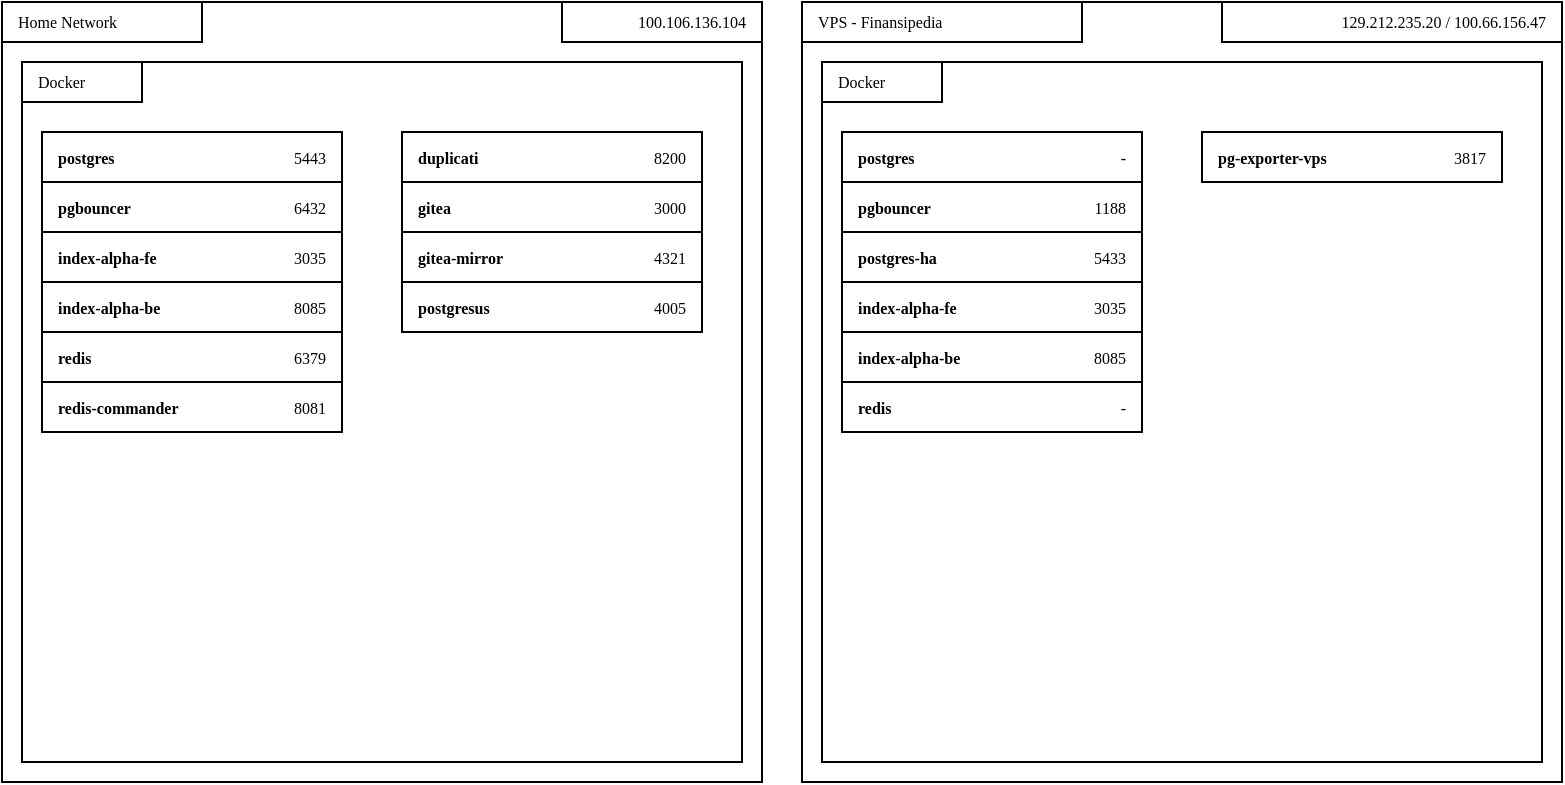
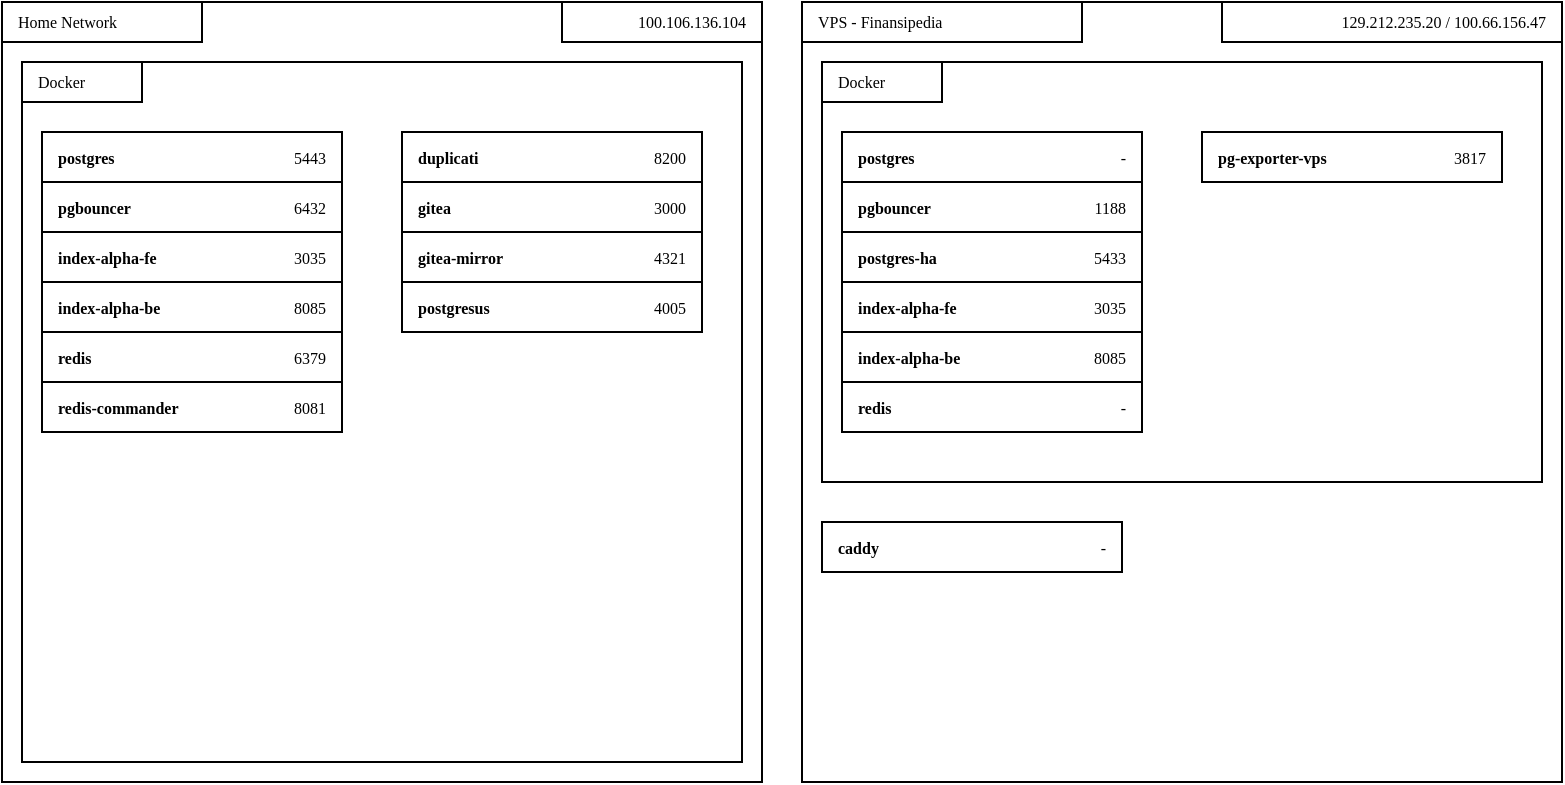
<mxfile host="app.diagrams.net">
  <diagram name="Page-1" id="EqAcxWxWpPEczBTcAObV">
    <mxGraphModel dx="947" dy="502" grid="1" gridSize="10" guides="1" tooltips="1" connect="1" arrows="1" fold="1" page="1" pageScale="1" pageWidth="850" pageHeight="1100" math="0" shadow="0">
      <root>
        <mxCell id="0" />
        <mxCell id="1" parent="0" />
        <mxCell id="tyjjsNKJ7kBHK_1WbMmb-1" parent="1" style="rounded=0;whiteSpace=wrap;html=1;" value="" vertex="1">
          <mxGeometry height="390" width="380" x="50" y="60" as="geometry" />
        </mxCell>
        <mxCell id="tyjjsNKJ7kBHK_1WbMmb-18" parent="1" style="rounded=0;whiteSpace=wrap;html=1;" value="" vertex="1">
          <mxGeometry height="350" width="360" x="60" y="90" as="geometry" />
        </mxCell>
        <mxCell id="tyjjsNKJ7kBHK_1WbMmb-3" parent="1" style="rounded=0;whiteSpace=wrap;html=1;" value="" vertex="1">
          <mxGeometry height="20" width="100" x="50" y="60" as="geometry" />
        </mxCell>
        <mxCell id="tyjjsNKJ7kBHK_1WbMmb-2" parent="1" style="text;html=1;whiteSpace=wrap;strokeColor=none;fillColor=none;align=left;verticalAlign=middle;rounded=0;spacingLeft=6;fontFamily=Verdana;fontSize=8;" value="Home Network" vertex="1">
          <mxGeometry height="20" width="100" x="50" y="60" as="geometry" />
        </mxCell>
        <mxCell id="tyjjsNKJ7kBHK_1WbMmb-19" parent="1" style="rounded=0;whiteSpace=wrap;html=1;fontFamily=Verdana;fontSize=9;" value="" vertex="1">
          <mxGeometry height="20" width="60" x="60" y="90" as="geometry" />
        </mxCell>
        <mxCell id="tyjjsNKJ7kBHK_1WbMmb-20" parent="1" style="text;html=1;whiteSpace=wrap;strokeColor=none;fillColor=none;align=left;verticalAlign=middle;rounded=0;spacingLeft=6;fontFamily=Verdana;fontSize=8;" value="Docker" vertex="1">
          <mxGeometry height="20" width="50" x="60" y="90" as="geometry" />
        </mxCell>
        <mxCell id="tyjjsNKJ7kBHK_1WbMmb-28" parent="1" style="rounded=0;whiteSpace=wrap;html=1;align=right;" value="" vertex="1">
          <mxGeometry height="20" width="100" x="330" y="60" as="geometry" />
        </mxCell>
        <mxCell id="tyjjsNKJ7kBHK_1WbMmb-29" parent="1" style="text;html=1;whiteSpace=wrap;strokeColor=none;fillColor=none;align=right;verticalAlign=middle;rounded=0;spacingLeft=6;spacingRight=6;fontFamily=Verdana;fontSize=8;" value="&lt;span style=&quot;text-align: center;&quot;&gt;100.106.136.104&lt;/span&gt;" vertex="1">
          <mxGeometry height="20" width="100" x="330" y="60" as="geometry" />
        </mxCell>
        <mxCell id="tyjjsNKJ7kBHK_1WbMmb-48" connectable="0" parent="1" style="group;fontFamily=Verdana;fontSize=8;" value="" vertex="1">
          <mxGeometry height="25" width="150" x="70" y="250" as="geometry" />
        </mxCell>
        <mxCell id="tyjjsNKJ7kBHK_1WbMmb-44" parent="tyjjsNKJ7kBHK_1WbMmb-48" style="rounded=0;whiteSpace=wrap;html=1;fontFamily=Verdana;fontSize=8;" value="" vertex="1">
          <mxGeometry height="25" width="150" as="geometry" />
        </mxCell>
        <mxCell id="tyjjsNKJ7kBHK_1WbMmb-45" parent="tyjjsNKJ7kBHK_1WbMmb-48" style="text;html=1;whiteSpace=wrap;strokeColor=none;fillColor=none;align=left;verticalAlign=middle;rounded=0;fontStyle=1;spacingRight=6;spacingLeft=6;fontFamily=Verdana;fontSize=8;" value="&lt;font&gt;redis-commander&lt;/font&gt;" vertex="1">
          <mxGeometry height="20" width="100" y="2.5" as="geometry" />
        </mxCell>
        <mxCell id="tyjjsNKJ7kBHK_1WbMmb-46" parent="tyjjsNKJ7kBHK_1WbMmb-48" style="text;html=1;whiteSpace=wrap;strokeColor=none;fillColor=none;align=right;verticalAlign=middle;rounded=0;spacingRight=6;spacingLeft=6;fontFamily=Verdana;fontSize=8;" value="&lt;font&gt;8081&lt;/font&gt;" vertex="1">
          <mxGeometry height="20" width="40" x="110" y="2.5" as="geometry" />
        </mxCell>
        <mxCell id="tyjjsNKJ7kBHK_1WbMmb-49" connectable="0" parent="1" style="group;fontFamily=Verdana;fontSize=8;" value="" vertex="1">
          <mxGeometry height="25" width="150" x="70" y="225" as="geometry" />
        </mxCell>
        <mxCell id="tyjjsNKJ7kBHK_1WbMmb-41" parent="tyjjsNKJ7kBHK_1WbMmb-49" style="rounded=0;whiteSpace=wrap;html=1;fontFamily=Verdana;fontSize=8;" value="" vertex="1">
          <mxGeometry height="25" width="150" as="geometry" />
        </mxCell>
        <mxCell id="tyjjsNKJ7kBHK_1WbMmb-42" parent="tyjjsNKJ7kBHK_1WbMmb-49" style="text;html=1;whiteSpace=wrap;strokeColor=none;fillColor=none;align=left;verticalAlign=middle;rounded=0;fontStyle=1;spacingRight=6;spacingLeft=6;fontFamily=Verdana;fontSize=8;" value="&lt;font&gt;redis&lt;/font&gt;" vertex="1">
          <mxGeometry height="20" width="100" y="2.5" as="geometry" />
        </mxCell>
        <mxCell id="tyjjsNKJ7kBHK_1WbMmb-43" parent="tyjjsNKJ7kBHK_1WbMmb-49" style="text;html=1;whiteSpace=wrap;strokeColor=none;fillColor=none;align=right;verticalAlign=middle;rounded=0;spacingRight=6;spacingLeft=6;fontFamily=Verdana;fontSize=8;" value="&lt;font&gt;6379&lt;/font&gt;" vertex="1">
          <mxGeometry height="20" width="40" x="110" y="2.5" as="geometry" />
        </mxCell>
        <mxCell id="tyjjsNKJ7kBHK_1WbMmb-50" connectable="0" parent="1" style="group;fontFamily=Verdana;fontSize=8;" value="" vertex="1">
          <mxGeometry height="25" width="150" x="70" y="200" as="geometry" />
        </mxCell>
        <mxCell id="tyjjsNKJ7kBHK_1WbMmb-38" parent="tyjjsNKJ7kBHK_1WbMmb-50" style="rounded=0;whiteSpace=wrap;html=1;fontFamily=Verdana;fontSize=8;" value="" vertex="1">
          <mxGeometry height="25" width="150" as="geometry" />
        </mxCell>
        <mxCell id="tyjjsNKJ7kBHK_1WbMmb-39" parent="tyjjsNKJ7kBHK_1WbMmb-50" style="text;html=1;whiteSpace=wrap;strokeColor=none;fillColor=none;align=left;verticalAlign=middle;rounded=0;fontStyle=1;spacingRight=6;spacingLeft=6;fontFamily=Verdana;fontSize=8;" value="&lt;font&gt;index-alpha-be&lt;/font&gt;" vertex="1">
          <mxGeometry height="20" width="100" y="2.5" as="geometry" />
        </mxCell>
        <mxCell id="tyjjsNKJ7kBHK_1WbMmb-40" parent="tyjjsNKJ7kBHK_1WbMmb-50" style="text;html=1;whiteSpace=wrap;strokeColor=none;fillColor=none;align=right;verticalAlign=middle;rounded=0;spacingRight=6;spacingLeft=6;fontFamily=Verdana;fontSize=8;" value="&lt;font&gt;8085&lt;/font&gt;" vertex="1">
          <mxGeometry height="20" width="40" x="110" y="2.5" as="geometry" />
        </mxCell>
        <mxCell id="tyjjsNKJ7kBHK_1WbMmb-51" connectable="0" parent="1" style="group;fontFamily=Verdana;fontSize=8;" value="" vertex="1">
          <mxGeometry height="25" width="150" x="70" y="175" as="geometry" />
        </mxCell>
        <mxCell id="tyjjsNKJ7kBHK_1WbMmb-35" parent="tyjjsNKJ7kBHK_1WbMmb-51" style="rounded=0;whiteSpace=wrap;html=1;fontFamily=Verdana;fontSize=8;" value="" vertex="1">
          <mxGeometry height="25" width="150" as="geometry" />
        </mxCell>
        <mxCell id="tyjjsNKJ7kBHK_1WbMmb-36" parent="tyjjsNKJ7kBHK_1WbMmb-51" style="text;html=1;whiteSpace=wrap;strokeColor=none;fillColor=none;align=left;verticalAlign=middle;rounded=0;fontStyle=1;spacingRight=6;spacingLeft=6;fontFamily=Verdana;fontSize=8;" value="&lt;font&gt;index-alpha-fe&lt;/font&gt;" vertex="1">
          <mxGeometry height="20" width="100" y="2.5" as="geometry" />
        </mxCell>
        <mxCell id="tyjjsNKJ7kBHK_1WbMmb-37" parent="tyjjsNKJ7kBHK_1WbMmb-51" style="text;html=1;whiteSpace=wrap;strokeColor=none;fillColor=none;align=right;verticalAlign=middle;rounded=0;spacingRight=6;spacingLeft=6;fontFamily=Verdana;fontSize=8;" value="&lt;font&gt;3035&lt;/font&gt;" vertex="1">
          <mxGeometry height="20" width="40" x="110" y="2.5" as="geometry" />
        </mxCell>
        <mxCell id="tyjjsNKJ7kBHK_1WbMmb-52" connectable="0" parent="1" style="group;fontFamily=Verdana;fontSize=8;" value="" vertex="1">
          <mxGeometry height="25" width="150" x="70" y="150" as="geometry" />
        </mxCell>
        <mxCell id="tyjjsNKJ7kBHK_1WbMmb-32" parent="tyjjsNKJ7kBHK_1WbMmb-52" style="rounded=0;whiteSpace=wrap;html=1;fontFamily=Verdana;fontSize=8;" value="" vertex="1">
          <mxGeometry height="25" width="150" as="geometry" />
        </mxCell>
        <mxCell id="tyjjsNKJ7kBHK_1WbMmb-33" parent="tyjjsNKJ7kBHK_1WbMmb-52" style="text;html=1;whiteSpace=wrap;strokeColor=none;fillColor=none;align=left;verticalAlign=middle;rounded=0;fontStyle=1;spacingRight=6;spacingLeft=6;fontFamily=Verdana;fontSize=8;" value="&lt;font&gt;pgbouncer&lt;/font&gt;" vertex="1">
          <mxGeometry height="20" width="100" y="2.5" as="geometry" />
        </mxCell>
        <mxCell id="tyjjsNKJ7kBHK_1WbMmb-34" parent="tyjjsNKJ7kBHK_1WbMmb-52" style="text;html=1;whiteSpace=wrap;strokeColor=none;fillColor=none;align=right;verticalAlign=middle;rounded=0;spacingRight=6;spacingLeft=6;fontFamily=Verdana;fontSize=8;" value="&lt;font&gt;6432&lt;/font&gt;" vertex="1">
          <mxGeometry height="20" width="40" x="110" y="2.5" as="geometry" />
        </mxCell>
        <mxCell id="tyjjsNKJ7kBHK_1WbMmb-53" connectable="0" parent="1" style="group;fontFamily=Verdana;fontSize=8;" value="" vertex="1">
          <mxGeometry height="25" width="150" x="70" y="125" as="geometry" />
        </mxCell>
        <mxCell id="tyjjsNKJ7kBHK_1WbMmb-5" parent="tyjjsNKJ7kBHK_1WbMmb-53" style="rounded=0;whiteSpace=wrap;html=1;fontFamily=Verdana;fontSize=8;" value="" vertex="1">
          <mxGeometry height="25" width="150" as="geometry" />
        </mxCell>
        <mxCell id="tyjjsNKJ7kBHK_1WbMmb-6" parent="tyjjsNKJ7kBHK_1WbMmb-53" style="text;html=1;whiteSpace=wrap;strokeColor=none;fillColor=none;align=left;verticalAlign=middle;rounded=0;fontStyle=1;spacingRight=6;spacingLeft=6;fontFamily=Verdana;fontSize=8;" value="&lt;font&gt;postgres&lt;/font&gt;" vertex="1">
          <mxGeometry height="20" width="100" y="2.5" as="geometry" />
        </mxCell>
        <mxCell id="tyjjsNKJ7kBHK_1WbMmb-7" parent="tyjjsNKJ7kBHK_1WbMmb-53" style="text;html=1;whiteSpace=wrap;strokeColor=none;fillColor=none;align=right;verticalAlign=middle;rounded=0;spacingRight=6;spacingLeft=6;fontFamily=Verdana;fontSize=8;" value="&lt;font&gt;5443&lt;/font&gt;" vertex="1">
          <mxGeometry height="20" width="40" x="110" y="2.5" as="geometry" />
        </mxCell>
        <mxCell id="tyjjsNKJ7kBHK_1WbMmb-54" connectable="0" parent="1" style="group;fontFamily=Verdana;fontSize=8;" value="" vertex="1">
          <mxGeometry height="25" width="150" x="250" y="125" as="geometry" />
        </mxCell>
        <mxCell id="tyjjsNKJ7kBHK_1WbMmb-55" parent="tyjjsNKJ7kBHK_1WbMmb-54" style="rounded=0;whiteSpace=wrap;html=1;fontFamily=Verdana;fontSize=8;" value="" vertex="1">
          <mxGeometry height="25" width="150" as="geometry" />
        </mxCell>
        <mxCell id="tyjjsNKJ7kBHK_1WbMmb-56" parent="tyjjsNKJ7kBHK_1WbMmb-54" style="text;html=1;whiteSpace=wrap;strokeColor=none;fillColor=none;align=left;verticalAlign=middle;rounded=0;fontStyle=1;spacingRight=6;spacingLeft=6;fontFamily=Verdana;fontSize=8;" value="&lt;font&gt;duplicati&lt;/font&gt;" vertex="1">
          <mxGeometry height="20" width="100" y="2.5" as="geometry" />
        </mxCell>
        <mxCell id="tyjjsNKJ7kBHK_1WbMmb-57" parent="tyjjsNKJ7kBHK_1WbMmb-54" style="text;html=1;whiteSpace=wrap;strokeColor=none;fillColor=none;align=right;verticalAlign=middle;rounded=0;spacingRight=6;spacingLeft=6;fontFamily=Verdana;fontSize=8;" value="&lt;font&gt;8200&lt;/font&gt;" vertex="1">
          <mxGeometry height="20" width="40" x="110" y="2.5" as="geometry" />
        </mxCell>
        <mxCell id="tyjjsNKJ7kBHK_1WbMmb-58" connectable="0" parent="1" style="group;fontFamily=Verdana;fontSize=8;" value="" vertex="1">
          <mxGeometry height="25" width="150" x="250" y="150" as="geometry" />
        </mxCell>
        <mxCell id="tyjjsNKJ7kBHK_1WbMmb-59" parent="tyjjsNKJ7kBHK_1WbMmb-58" style="rounded=0;whiteSpace=wrap;html=1;fontFamily=Verdana;fontSize=8;" value="" vertex="1">
          <mxGeometry height="25" width="150" as="geometry" />
        </mxCell>
        <mxCell id="tyjjsNKJ7kBHK_1WbMmb-60" parent="tyjjsNKJ7kBHK_1WbMmb-58" style="text;html=1;whiteSpace=wrap;strokeColor=none;fillColor=none;align=left;verticalAlign=middle;rounded=0;fontStyle=1;spacingRight=6;spacingLeft=6;fontFamily=Verdana;fontSize=8;" value="&lt;font&gt;gitea&lt;/font&gt;" vertex="1">
          <mxGeometry height="20" width="100" y="2.5" as="geometry" />
        </mxCell>
        <mxCell id="tyjjsNKJ7kBHK_1WbMmb-61" parent="tyjjsNKJ7kBHK_1WbMmb-58" style="text;html=1;whiteSpace=wrap;strokeColor=none;fillColor=none;align=right;verticalAlign=middle;rounded=0;spacingRight=6;spacingLeft=6;fontFamily=Verdana;fontSize=8;" value="&lt;font&gt;3000&lt;/font&gt;" vertex="1">
          <mxGeometry height="20" width="40" x="110" y="2.5" as="geometry" />
        </mxCell>
        <mxCell id="tyjjsNKJ7kBHK_1WbMmb-62" connectable="0" parent="1" style="group;fontFamily=Verdana;fontSize=8;" value="" vertex="1">
          <mxGeometry height="25" width="150" x="250" y="175" as="geometry" />
        </mxCell>
        <mxCell id="tyjjsNKJ7kBHK_1WbMmb-63" parent="tyjjsNKJ7kBHK_1WbMmb-62" style="rounded=0;whiteSpace=wrap;html=1;fontFamily=Verdana;fontSize=8;" value="" vertex="1">
          <mxGeometry height="25" width="150" as="geometry" />
        </mxCell>
        <mxCell id="tyjjsNKJ7kBHK_1WbMmb-64" parent="tyjjsNKJ7kBHK_1WbMmb-62" style="text;html=1;whiteSpace=wrap;strokeColor=none;fillColor=none;align=left;verticalAlign=middle;rounded=0;fontStyle=1;spacingRight=6;spacingLeft=6;fontFamily=Verdana;fontSize=8;" value="&lt;div&gt;&lt;span&gt;gitea-mirror&lt;/span&gt;&lt;/div&gt;" vertex="1">
          <mxGeometry height="20" width="100" y="2.5" as="geometry" />
        </mxCell>
        <mxCell id="tyjjsNKJ7kBHK_1WbMmb-65" parent="tyjjsNKJ7kBHK_1WbMmb-62" style="text;html=1;whiteSpace=wrap;strokeColor=none;fillColor=none;align=right;verticalAlign=middle;rounded=0;spacingRight=6;spacingLeft=6;fontFamily=Verdana;fontSize=8;" value="&lt;font&gt;4321&lt;/font&gt;" vertex="1">
          <mxGeometry height="20" width="40" x="110" y="2.5" as="geometry" />
        </mxCell>
        <mxCell id="tyjjsNKJ7kBHK_1WbMmb-66" connectable="0" parent="1" style="group;fontFamily=Verdana;fontSize=8;" value="" vertex="1">
          <mxGeometry height="25" width="150" x="250" y="200" as="geometry" />
        </mxCell>
        <mxCell id="tyjjsNKJ7kBHK_1WbMmb-67" parent="tyjjsNKJ7kBHK_1WbMmb-66" style="rounded=0;whiteSpace=wrap;html=1;fontFamily=Verdana;fontSize=8;" value="" vertex="1">
          <mxGeometry height="25" width="150" as="geometry" />
        </mxCell>
        <mxCell id="tyjjsNKJ7kBHK_1WbMmb-68" parent="tyjjsNKJ7kBHK_1WbMmb-66" style="text;html=1;whiteSpace=wrap;strokeColor=none;fillColor=none;align=left;verticalAlign=middle;rounded=0;fontStyle=1;spacingRight=6;spacingLeft=6;fontFamily=Verdana;fontSize=8;" value="&lt;div&gt;&lt;span&gt;postgresus&lt;/span&gt;&lt;/div&gt;" vertex="1">
          <mxGeometry height="20" width="100" y="2.5" as="geometry" />
        </mxCell>
        <mxCell id="tyjjsNKJ7kBHK_1WbMmb-69" parent="tyjjsNKJ7kBHK_1WbMmb-66" style="text;html=1;whiteSpace=wrap;strokeColor=none;fillColor=none;align=right;verticalAlign=middle;rounded=0;spacingRight=6;spacingLeft=6;fontFamily=Verdana;fontSize=8;" value="&lt;font&gt;4005&lt;/font&gt;" vertex="1">
          <mxGeometry height="20" width="40" x="110" y="2.5" as="geometry" />
        </mxCell>
        <mxCell id="tyjjsNKJ7kBHK_1WbMmb-70" parent="1" style="rounded=0;whiteSpace=wrap;html=1;" value="" vertex="1">
          <mxGeometry height="390" width="380" x="450" y="60" as="geometry" />
        </mxCell>
        <mxCell id="tyjjsNKJ7kBHK_1WbMmb-71" parent="1" style="rounded=0;whiteSpace=wrap;html=1;" value="" vertex="1">
-           <mxGeometry height="350" width="360" x="460" y="90" as="geometry" />
+           <mxGeometry height="210" width="360" x="460" y="90" as="geometry" />
        </mxCell>
        <mxCell id="tyjjsNKJ7kBHK_1WbMmb-72" parent="1" style="rounded=0;whiteSpace=wrap;html=1;" value="" vertex="1">
          <mxGeometry height="20" width="140" x="450" y="60" as="geometry" />
        </mxCell>
        <mxCell id="tyjjsNKJ7kBHK_1WbMmb-73" parent="1" style="text;html=1;whiteSpace=wrap;strokeColor=none;fillColor=none;align=left;verticalAlign=middle;rounded=0;spacingLeft=6;fontFamily=Verdana;fontSize=8;" value="VPS - Finansipedia" vertex="1">
          <mxGeometry height="20" width="130" x="450" y="60" as="geometry" />
        </mxCell>
        <mxCell id="tyjjsNKJ7kBHK_1WbMmb-74" parent="1" style="rounded=0;whiteSpace=wrap;html=1;fontFamily=Verdana;fontSize=9;" value="" vertex="1">
          <mxGeometry height="20" width="60" x="460" y="90" as="geometry" />
        </mxCell>
        <mxCell id="tyjjsNKJ7kBHK_1WbMmb-75" parent="1" style="text;html=1;whiteSpace=wrap;strokeColor=none;fillColor=none;align=left;verticalAlign=middle;rounded=0;spacingLeft=6;fontFamily=Verdana;fontSize=8;" value="Docker" vertex="1">
          <mxGeometry height="20" width="50" x="460" y="90" as="geometry" />
        </mxCell>
        <mxCell id="tyjjsNKJ7kBHK_1WbMmb-76" parent="1" style="rounded=0;whiteSpace=wrap;html=1;align=right;" value="" vertex="1">
          <mxGeometry height="20" width="170" x="660" y="60" as="geometry" />
        </mxCell>
        <mxCell id="tyjjsNKJ7kBHK_1WbMmb-77" parent="1" style="text;html=1;whiteSpace=wrap;strokeColor=none;fillColor=none;align=right;verticalAlign=middle;rounded=0;spacingLeft=6;spacingRight=6;fontFamily=Verdana;fontSize=8;" value="&lt;div style=&quot;text-align: center;&quot;&gt;&lt;span style=&quot;background-color: transparent;&quot;&gt;129.212.235.20 /&amp;nbsp;&lt;/span&gt;&lt;span style=&quot;background-color: transparent; text-align: right;&quot;&gt;100.66.156.47&lt;/span&gt;&lt;/div&gt;" vertex="1">
          <mxGeometry height="20" width="160" x="670" y="60" as="geometry" />
        </mxCell>
        <mxCell id="tyjjsNKJ7kBHK_1WbMmb-82" connectable="0" parent="1" style="group;fontFamily=Verdana;fontSize=8;" value="" vertex="1">
          <mxGeometry height="25" width="150" x="470" y="250" as="geometry" />
        </mxCell>
        <mxCell id="tyjjsNKJ7kBHK_1WbMmb-83" parent="tyjjsNKJ7kBHK_1WbMmb-82" style="rounded=0;whiteSpace=wrap;html=1;fontFamily=Verdana;fontSize=8;" value="" vertex="1">
          <mxGeometry height="25" width="150" as="geometry" />
        </mxCell>
        <mxCell id="tyjjsNKJ7kBHK_1WbMmb-84" parent="tyjjsNKJ7kBHK_1WbMmb-82" style="text;html=1;whiteSpace=wrap;strokeColor=none;fillColor=none;align=left;verticalAlign=middle;rounded=0;fontStyle=1;spacingRight=6;spacingLeft=6;fontFamily=Verdana;fontSize=8;" value="&lt;font&gt;redis&lt;/font&gt;" vertex="1">
          <mxGeometry height="20" width="100" y="2.5" as="geometry" />
        </mxCell>
        <mxCell id="tyjjsNKJ7kBHK_1WbMmb-85" parent="tyjjsNKJ7kBHK_1WbMmb-82" style="text;html=1;whiteSpace=wrap;strokeColor=none;fillColor=none;align=right;verticalAlign=middle;rounded=0;spacingRight=6;spacingLeft=6;fontFamily=Verdana;fontSize=8;" value="&lt;font&gt;-&lt;/font&gt;" vertex="1">
          <mxGeometry height="20" width="40" x="110" y="2.5" as="geometry" />
        </mxCell>
        <mxCell id="tyjjsNKJ7kBHK_1WbMmb-86" connectable="0" parent="1" style="group;fontFamily=Verdana;fontSize=8;" value="" vertex="1">
          <mxGeometry height="25" width="150" x="470" y="225" as="geometry" />
        </mxCell>
        <mxCell id="tyjjsNKJ7kBHK_1WbMmb-87" parent="tyjjsNKJ7kBHK_1WbMmb-86" style="rounded=0;whiteSpace=wrap;html=1;fontFamily=Verdana;fontSize=8;" value="" vertex="1">
          <mxGeometry height="25" width="150" as="geometry" />
        </mxCell>
        <mxCell id="tyjjsNKJ7kBHK_1WbMmb-88" parent="tyjjsNKJ7kBHK_1WbMmb-86" style="text;html=1;whiteSpace=wrap;strokeColor=none;fillColor=none;align=left;verticalAlign=middle;rounded=0;fontStyle=1;spacingRight=6;spacingLeft=6;fontFamily=Verdana;fontSize=8;" value="&lt;font&gt;index-alpha-be&lt;/font&gt;" vertex="1">
          <mxGeometry height="20" width="100" y="2.5" as="geometry" />
        </mxCell>
        <mxCell id="tyjjsNKJ7kBHK_1WbMmb-89" parent="tyjjsNKJ7kBHK_1WbMmb-86" style="text;html=1;whiteSpace=wrap;strokeColor=none;fillColor=none;align=right;verticalAlign=middle;rounded=0;spacingRight=6;spacingLeft=6;fontFamily=Verdana;fontSize=8;" value="&lt;font&gt;8085&lt;/font&gt;" vertex="1">
          <mxGeometry height="20" width="40" x="110" y="2.5" as="geometry" />
        </mxCell>
        <mxCell id="tyjjsNKJ7kBHK_1WbMmb-90" connectable="0" parent="1" style="group;fontFamily=Verdana;fontSize=8;" value="" vertex="1">
          <mxGeometry height="25" width="150" x="470" y="200" as="geometry" />
        </mxCell>
        <mxCell id="tyjjsNKJ7kBHK_1WbMmb-91" parent="tyjjsNKJ7kBHK_1WbMmb-90" style="rounded=0;whiteSpace=wrap;html=1;fontFamily=Verdana;fontSize=8;" value="" vertex="1">
          <mxGeometry height="25" width="150" as="geometry" />
        </mxCell>
        <mxCell id="tyjjsNKJ7kBHK_1WbMmb-92" parent="tyjjsNKJ7kBHK_1WbMmb-90" style="text;html=1;whiteSpace=wrap;strokeColor=none;fillColor=none;align=left;verticalAlign=middle;rounded=0;fontStyle=1;spacingRight=6;spacingLeft=6;fontFamily=Verdana;fontSize=8;" value="&lt;font&gt;index-alpha-fe&lt;/font&gt;" vertex="1">
          <mxGeometry height="20" width="100" y="2.5" as="geometry" />
        </mxCell>
        <mxCell id="tyjjsNKJ7kBHK_1WbMmb-93" parent="tyjjsNKJ7kBHK_1WbMmb-90" style="text;html=1;whiteSpace=wrap;strokeColor=none;fillColor=none;align=right;verticalAlign=middle;rounded=0;spacingRight=6;spacingLeft=6;fontFamily=Verdana;fontSize=8;" value="&lt;font&gt;3035&lt;/font&gt;" vertex="1">
          <mxGeometry height="20" width="40" x="110" y="2.5" as="geometry" />
        </mxCell>
        <mxCell id="tyjjsNKJ7kBHK_1WbMmb-94" connectable="0" parent="1" style="group;fontFamily=Verdana;fontSize=8;" value="" vertex="1">
          <mxGeometry height="25" width="150" x="470" y="150" as="geometry" />
        </mxCell>
        <mxCell id="tyjjsNKJ7kBHK_1WbMmb-95" parent="tyjjsNKJ7kBHK_1WbMmb-94" style="rounded=0;whiteSpace=wrap;html=1;fontFamily=Verdana;fontSize=8;" value="" vertex="1">
          <mxGeometry height="25" width="150" as="geometry" />
        </mxCell>
        <mxCell id="tyjjsNKJ7kBHK_1WbMmb-96" parent="tyjjsNKJ7kBHK_1WbMmb-94" style="text;html=1;whiteSpace=wrap;strokeColor=none;fillColor=none;align=left;verticalAlign=middle;rounded=0;fontStyle=1;spacingRight=6;spacingLeft=6;fontFamily=Verdana;fontSize=8;" value="&lt;font&gt;pgbouncer&lt;/font&gt;" vertex="1">
          <mxGeometry height="20" width="100" y="2.5" as="geometry" />
        </mxCell>
        <mxCell id="tyjjsNKJ7kBHK_1WbMmb-97" parent="tyjjsNKJ7kBHK_1WbMmb-94" style="text;html=1;whiteSpace=wrap;strokeColor=none;fillColor=none;align=right;verticalAlign=middle;rounded=0;spacingRight=6;spacingLeft=6;fontFamily=Verdana;fontSize=8;" value="&lt;font&gt;1188&lt;/font&gt;" vertex="1">
          <mxGeometry height="20" width="40" x="110" y="2.5" as="geometry" />
        </mxCell>
        <mxCell id="tyjjsNKJ7kBHK_1WbMmb-98" connectable="0" parent="1" style="group;fontFamily=Verdana;fontSize=8;" value="" vertex="1">
          <mxGeometry height="25" width="150" x="470" y="125" as="geometry" />
        </mxCell>
        <mxCell id="tyjjsNKJ7kBHK_1WbMmb-99" parent="tyjjsNKJ7kBHK_1WbMmb-98" style="rounded=0;whiteSpace=wrap;html=1;fontFamily=Verdana;fontSize=8;" value="" vertex="1">
          <mxGeometry height="25" width="150" as="geometry" />
        </mxCell>
        <mxCell id="tyjjsNKJ7kBHK_1WbMmb-100" parent="tyjjsNKJ7kBHK_1WbMmb-98" style="text;html=1;whiteSpace=wrap;strokeColor=none;fillColor=none;align=left;verticalAlign=middle;rounded=0;fontStyle=1;spacingRight=6;spacingLeft=6;fontFamily=Verdana;fontSize=8;" value="&lt;font&gt;postgres&lt;/font&gt;" vertex="1">
          <mxGeometry height="20" width="100" y="2.5" as="geometry" />
        </mxCell>
        <mxCell id="tyjjsNKJ7kBHK_1WbMmb-101" parent="tyjjsNKJ7kBHK_1WbMmb-98" style="text;html=1;whiteSpace=wrap;strokeColor=none;fillColor=none;align=right;verticalAlign=middle;rounded=0;spacingRight=6;spacingLeft=6;fontFamily=Verdana;fontSize=8;" value="&lt;font&gt;-&lt;/font&gt;" vertex="1">
          <mxGeometry height="20" width="40" x="110" y="2.5" as="geometry" />
        </mxCell>
        <mxCell id="tyjjsNKJ7kBHK_1WbMmb-102" connectable="0" parent="1" style="group;fontFamily=Verdana;fontSize=8;" value="" vertex="1">
          <mxGeometry height="25" width="150" x="650" y="125" as="geometry" />
        </mxCell>
        <mxCell id="tyjjsNKJ7kBHK_1WbMmb-103" parent="tyjjsNKJ7kBHK_1WbMmb-102" style="rounded=0;whiteSpace=wrap;html=1;fontFamily=Verdana;fontSize=8;" value="" vertex="1">
          <mxGeometry height="25" width="150" as="geometry" />
        </mxCell>
        <mxCell id="tyjjsNKJ7kBHK_1WbMmb-104" parent="tyjjsNKJ7kBHK_1WbMmb-102" style="text;html=1;whiteSpace=wrap;strokeColor=none;fillColor=none;align=left;verticalAlign=middle;rounded=0;fontStyle=1;spacingRight=6;spacingLeft=6;fontFamily=Verdana;fontSize=8;" value="&lt;font&gt;pg-exporter-vps&lt;/font&gt;" vertex="1">
          <mxGeometry height="20" width="100" y="2.5" as="geometry" />
        </mxCell>
        <mxCell id="tyjjsNKJ7kBHK_1WbMmb-105" parent="tyjjsNKJ7kBHK_1WbMmb-102" style="text;html=1;whiteSpace=wrap;strokeColor=none;fillColor=none;align=right;verticalAlign=middle;rounded=0;spacingRight=6;spacingLeft=6;fontFamily=Verdana;fontSize=8;" value="&lt;font&gt;3817&lt;/font&gt;" vertex="1">
          <mxGeometry height="20" width="40" x="110" y="2.5" as="geometry" />
        </mxCell>
        <mxCell id="tyjjsNKJ7kBHK_1WbMmb-118" connectable="0" parent="1" style="group;fontFamily=Verdana;fontSize=8;" value="" vertex="1">
          <mxGeometry height="25" width="150" x="470" y="175" as="geometry" />
        </mxCell>
        <mxCell id="tyjjsNKJ7kBHK_1WbMmb-119" parent="tyjjsNKJ7kBHK_1WbMmb-118" style="rounded=0;whiteSpace=wrap;html=1;fontFamily=Verdana;fontSize=8;" value="" vertex="1">
          <mxGeometry height="25" width="150" as="geometry" />
        </mxCell>
        <mxCell id="tyjjsNKJ7kBHK_1WbMmb-120" parent="tyjjsNKJ7kBHK_1WbMmb-118" style="text;html=1;whiteSpace=wrap;strokeColor=none;fillColor=none;align=left;verticalAlign=middle;rounded=0;fontStyle=1;spacingRight=6;spacingLeft=6;fontFamily=Verdana;fontSize=8;" value="&lt;font&gt;postgres-ha&lt;/font&gt;" vertex="1">
          <mxGeometry height="20" width="100" y="2.5" as="geometry" />
        </mxCell>
        <mxCell id="tyjjsNKJ7kBHK_1WbMmb-121" parent="tyjjsNKJ7kBHK_1WbMmb-118" style="text;html=1;whiteSpace=wrap;strokeColor=none;fillColor=none;align=right;verticalAlign=middle;rounded=0;spacingRight=6;spacingLeft=6;fontFamily=Verdana;fontSize=8;" value="5433" vertex="1">
+           <mxGeometry height="20" width="40" x="110" y="2.5" as="geometry" />
+         </mxCell>
+         <mxCell id="tyjjsNKJ7kBHK_1WbMmb-124" connectable="0" parent="1" style="group;fontFamily=Verdana;fontSize=8;" value="" vertex="1">
+           <mxGeometry height="25" width="150" x="460" y="320" as="geometry" />
+         </mxCell>
+         <mxCell id="tyjjsNKJ7kBHK_1WbMmb-125" parent="tyjjsNKJ7kBHK_1WbMmb-124" style="rounded=0;whiteSpace=wrap;html=1;fontFamily=Verdana;fontSize=8;" value="" vertex="1">
+           <mxGeometry height="25" width="150" as="geometry" />
+         </mxCell>
+         <mxCell id="tyjjsNKJ7kBHK_1WbMmb-126" parent="tyjjsNKJ7kBHK_1WbMmb-124" style="text;html=1;whiteSpace=wrap;strokeColor=none;fillColor=none;align=left;verticalAlign=middle;rounded=0;fontStyle=1;spacingRight=6;spacingLeft=6;fontFamily=Verdana;fontSize=8;" value="caddy" vertex="1">
+           <mxGeometry height="20" width="100" y="2.5" as="geometry" />
+         </mxCell>
+         <mxCell id="tyjjsNKJ7kBHK_1WbMmb-127" parent="tyjjsNKJ7kBHK_1WbMmb-124" style="text;html=1;whiteSpace=wrap;strokeColor=none;fillColor=none;align=right;verticalAlign=middle;rounded=0;spacingRight=6;spacingLeft=6;fontFamily=Verdana;fontSize=8;" value="&lt;font&gt;-&lt;/font&gt;" vertex="1">
          <mxGeometry height="20" width="40" x="110" y="2.5" as="geometry" />
        </mxCell>
      </root>
    </mxGraphModel>
  </diagram>
</mxfile>
